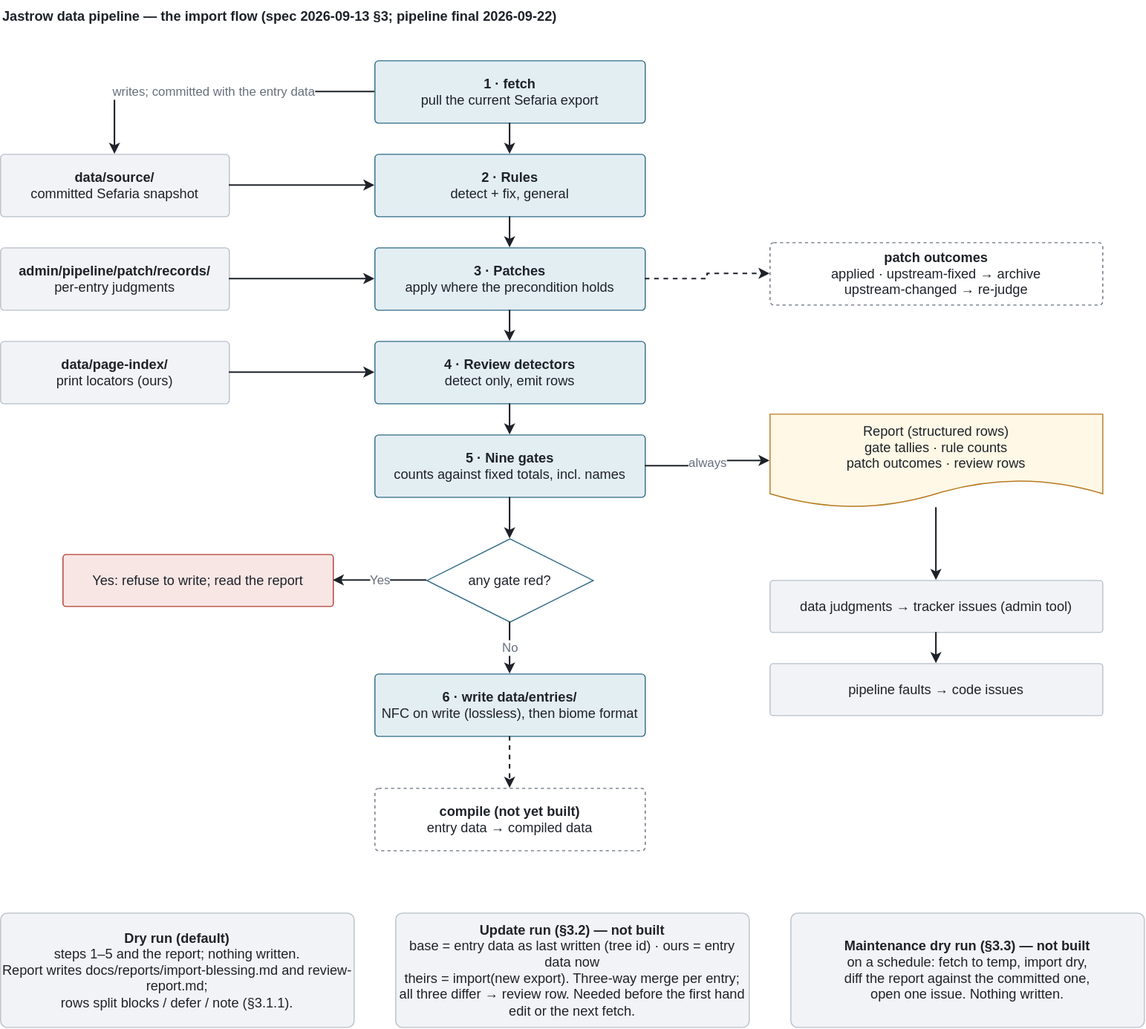
UniquePixels/jastrow keeps this draw.io diagram as docs/pipeline-flow.drawio.svg. Above is the earlier version. Source tidied: cells renumbered, new cells last; positions are measured from the earlier drawing's top-left corner, leaving out a move shared by most shapes.
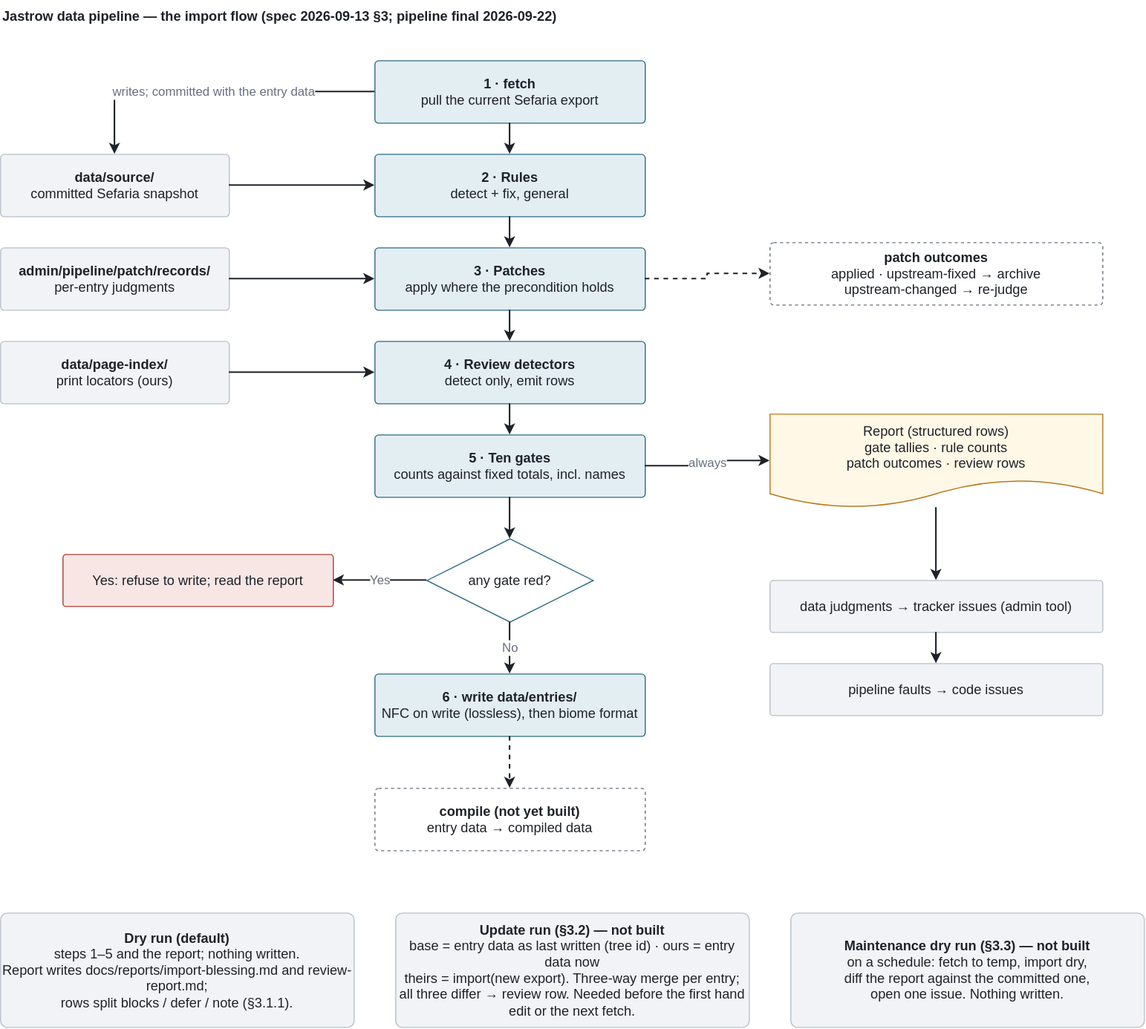
The same file after the commit.

Commit message:
📖 doc(pipeline): sync DESIGN, README and flow

Change to the diagram source:
```diff
@@ -26,7 +26,7 @@
     <mxCell id="9" value="&lt;b&gt;4 · Review detectors&lt;/b&gt;&lt;br&gt;detect only, emit rows" style="rounded=1;arcSize=6;whiteSpace=wrap;html=1;fontFamily=Helvetica;fontSize=13;fontColor=#1E2229;fillColor=#E3EEF3;strokeColor=#2E6A85;" parent="1" vertex="1">
       <mxGeometry x="360" y="328" width="260" height="60" as="geometry" />
     </mxCell>
-    <mxCell id="10" value="&lt;b&gt;5 · Nine gates&lt;/b&gt;&lt;br&gt;counts against fixed totals, incl. names" style="rounded=1;arcSize=6;whiteSpace=wrap;html=1;fontFamily=Helvetica;fontSize=13;fontColor=#1E2229;fillColor=#E3EEF3;strokeColor=#2E6A85;" parent="1" vertex="1">
+    <mxCell id="10" value="&lt;b&gt;5 · Ten gates&lt;/b&gt;&lt;br&gt;counts against fixed totals, incl. names" style="rounded=1;arcSize=6;whiteSpace=wrap;html=1;fontFamily=Helvetica;fontSize=13;fontColor=#1E2229;fillColor=#E3EEF3;strokeColor=#2E6A85;" parent="1" vertex="1">
       <mxGeometry x="360" y="418" width="260" height="60" as="geometry" />
     </mxCell>
     <mxCell id="11" value="any gate red?" style="rhombus;whiteSpace=wrap;html=1;fontFamily=Helvetica;fontSize=13;fontColor=#1E2229;fillColor=#FFFFFF;strokeColor=#2E6A85;" parent="1" vertex="1">
```
